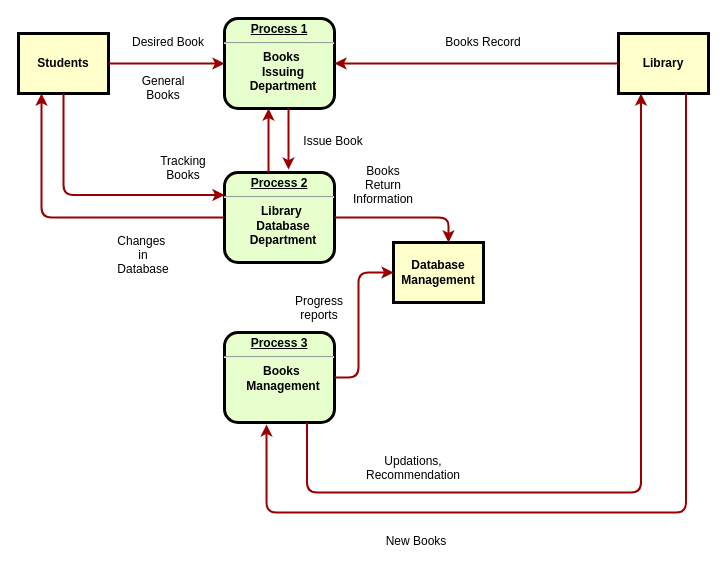
This is Library Management DFD.drawio from Master-Bhavesh/DFD-Diagram, a draw.io file, before an edit. Source tidied: cells renumbered, new cells numbered last; positions are measured from the earlier drawing's top-left corner, leaving out a move shared by most shapes. Both pictures are drawn from the tidied source at 100%, with x=0, y=0 at pixel (18, 18).
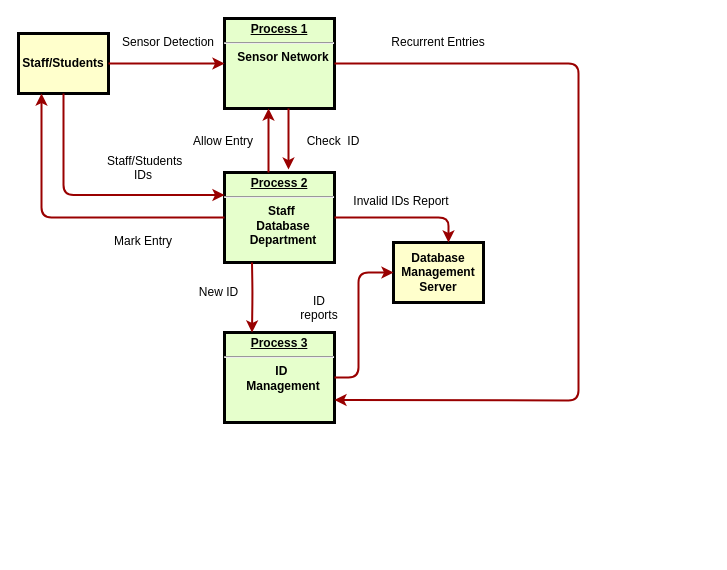
After the change.

Commit message:
Update Attendance Management DFD.drawio

What changed in the source:
```diff
@@
-    <mxCell id="2" value="&lt;p style=&quot;margin: 0px ; margin-top: 4px ; text-align: center ; text-decoration: underline&quot;&gt;&lt;strong&gt;Process 1&lt;br&gt;&lt;/strong&gt;&lt;/p&gt;&lt;hr&gt;&lt;p style=&quot;margin: 0px ; margin-left: 8px&quot;&gt;Books&amp;nbsp;&lt;/p&gt;&lt;p style=&quot;margin: 0px ; margin-left: 8px&quot;&gt;Issuing&lt;/p&gt;&lt;p style=&quot;margin: 0px ; margin-left: 8px&quot;&gt;Department&lt;/p&gt;" style="verticalAlign=middle;align=center;overflow=fill;fontSize=12;fontFamily=Helvetica;html=1;rounded=1;fontStyle=1;strokeWidth=3;fillColor=#E6FFCC;" parent="1" vertex="1">
+    <mxCell id="2" value="&lt;p style=&quot;margin: 0px ; margin-top: 4px ; text-align: center ; text-decoration: underline&quot;&gt;&lt;strong&gt;Process 1&lt;br&gt;&lt;/strong&gt;&lt;/p&gt;&lt;hr&gt;&lt;p style=&quot;margin: 0px ; margin-left: 8px&quot;&gt;Sensor Network&lt;/p&gt;" style="verticalAlign=middle;align=center;overflow=fill;fontSize=12;fontFamily=Helvetica;html=1;fontStyle=1;strokeWidth=3;fillColor=#E6FFCC;" parent="1" vertex="1">
       <mxGeometry x="206" width="110" height="90" as="geometry" />
     </mxCell>
-    <mxCell id="3" value="Library" style="whiteSpace=wrap;align=center;verticalAlign=middle;fontStyle=1;strokeWidth=3;fillColor=#FFFFCC;" parent="1" vertex="1">
-      <mxGeometry x="600" y="15" width="90" height="60" as="geometry" />
-    </mxCell>
-    <mxCell id="4" value="Students" style="whiteSpace=wrap;align=center;verticalAlign=middle;fontStyle=1;strokeWidth=3;fillColor=#FFFFCC;" parent="1" vertex="1">
+    <mxCell id="4" value="Staff/Students" style="whiteSpace=wrap;align=center;verticalAlign=middle;fontStyle=1;strokeWidth=3;fillColor=#FFFFCC;" parent="1" vertex="1">
       <mxGeometry y="15" width="90" height="60" as="geometry" />
     </mxCell>
-    <mxCell id="5" value="&lt;p style=&quot;margin: 0px ; margin-top: 4px ; text-align: center ; text-decoration: underline&quot;&gt;&lt;strong&gt;Process 2&lt;br&gt;&lt;/strong&gt;&lt;/p&gt;&lt;hr&gt;&lt;p style=&quot;margin: 0px ; margin-left: 8px&quot;&gt;Library&amp;nbsp;&lt;/p&gt;&lt;p style=&quot;margin: 0px ; margin-left: 8px&quot;&gt;Database&lt;/p&gt;&lt;p style=&quot;margin: 0px ; margin-left: 8px&quot;&gt;Department&lt;/p&gt;" style="verticalAlign=middle;align=center;overflow=fill;fontSize=12;fontFamily=Helvetica;html=1;rounded=1;fontStyle=1;strokeWidth=3;fillColor=#E6FFCC;" parent="1" vertex="1">
+    <mxCell id="5" value="&lt;p style=&quot;margin: 0px ; margin-top: 4px ; text-align: center ; text-decoration: underline&quot;&gt;&lt;strong&gt;Process 2&lt;br&gt;&lt;/strong&gt;&lt;/p&gt;&lt;hr&gt;&lt;p style=&quot;margin: 0px ; margin-left: 8px&quot;&gt;Staff&amp;nbsp;&lt;/p&gt;&lt;p style=&quot;margin: 0px ; margin-left: 8px&quot;&gt;Database&lt;/p&gt;&lt;p style=&quot;margin: 0px ; margin-left: 8px&quot;&gt;Department&lt;/p&gt;" style="verticalAlign=middle;align=center;overflow=fill;fontSize=12;fontFamily=Helvetica;html=1;fontStyle=1;strokeWidth=3;fillColor=#E6FFCC;" parent="1" vertex="1">
       <mxGeometry x="206" y="154" width="110" height="90" as="geometry" />
     </mxCell>
-    <mxCell id="6" value="&lt;p style=&quot;margin: 0px ; margin-top: 4px ; text-align: center ; text-decoration: underline&quot;&gt;&lt;strong&gt;&lt;strong&gt;Process&lt;/strong&gt; 3&lt;br&gt;&lt;/strong&gt;&lt;/p&gt;&lt;hr&gt;&lt;p style=&quot;margin: 0px ; margin-left: 8px&quot;&gt;Books&amp;nbsp;&lt;/p&gt;&lt;p style=&quot;margin: 0px ; margin-left: 8px&quot;&gt;Management&lt;/p&gt;" style="verticalAlign=middle;align=center;overflow=fill;fontSize=12;fontFamily=Helvetica;html=1;rounded=1;fontStyle=1;strokeWidth=3;fillColor=#E6FFCC;" parent="1" vertex="1">
+    <mxCell id="6" value="&lt;p style=&quot;margin: 0px ; margin-top: 4px ; text-align: center ; text-decoration: underline&quot;&gt;&lt;strong&gt;&lt;strong&gt;Process&lt;/strong&gt; 3&lt;br&gt;&lt;/strong&gt;&lt;/p&gt;&lt;hr&gt;&lt;p style=&quot;margin: 0px ; margin-left: 8px&quot;&gt;ID&amp;nbsp;&lt;/p&gt;&lt;p style=&quot;margin: 0px ; margin-left: 8px&quot;&gt;Management&lt;/p&gt;" style="verticalAlign=middle;align=center;overflow=fill;fontSize=12;fontFamily=Helvetica;html=1;fontStyle=1;strokeWidth=3;fillColor=#E6FFCC;" parent="1" vertex="1">
       <mxGeometry x="206" y="314" width="110" height="90" as="geometry" />
     </mxCell>
-    <mxCell id="7" value="Database&#10;Management" style="whiteSpace=wrap;align=center;verticalAlign=middle;fontStyle=1;strokeWidth=3;fillColor=#FFFFCC;" parent="1" vertex="1">
+    <mxCell id="7" value="Database&#10;Management&#10;Server" style="whiteSpace=wrap;align=center;verticalAlign=middle;fontStyle=1;strokeWidth=3;fillColor=#FFFFCC;" parent="1" vertex="1">
       <mxGeometry x="375" y="224" width="90" height="60" as="geometry" />
     </mxCell>
-    <mxCell id="8" style="edgeStyle=none;noEdgeStyle=1;strokeColor=#990000;strokeWidth=2;" parent="1" edge="1" source="3" target="2">
-      <mxGeometry relative="1" as="geometry" />
-    </mxCell>
@@
-    <mxCell id="10" value="Desired Book" style="text;spacingTop=-5;align=center;" parent="1" vertex="1">
+    <mxCell id="10" value="Sensor Detection" style="text;spacingTop=-5;align=center;" parent="1" vertex="1">
       <mxGeometry x="135" y="15" width="30" height="20" as="geometry" />
     </mxCell>
-    <mxCell id="11" value="Books Record" style="text;spacingTop=-5;align=center;" parent="1" vertex="1">
-      <mxGeometry x="450" y="15" width="30" height="20" as="geometry" />
-    </mxCell>
-    <mxCell id="12" value="General &#10;Books" style="text;spacingTop=-5;align=center;" parent="1" vertex="1">
-      <mxGeometry x="130" y="54" width="30" height="20" as="geometry" />
-    </mxCell>
@@
-    <mxCell id="15" value="Issue Book" style="text;spacingTop=-5;align=center;" parent="1" vertex="1">
+    <mxCell id="15" value="Check  ID" style="text;spacingTop=-5;align=center;" parent="1" vertex="1">
       <mxGeometry x="300" y="114" width="30" height="20" as="geometry" />
     </mxCell>
@@
-    <mxCell id="18" value="Tracking &#10;Books" style="text;spacingTop=-5;align=center;" parent="1" vertex="1">
-      <mxGeometry x="150" y="134" width="30" height="20" as="geometry" />
+    <mxCell id="18" value=" Staff/Students&#10;IDs" style="text;spacingTop=-5;align=center;" parent="1" vertex="1">
+      <mxGeometry x="110" y="134" width="30" height="20" as="geometry" />
     </mxCell>
-    <mxCell id="19" value="Changes &#10;in&#10;Database" style="text;spacingTop=-5;align=center;" parent="1" vertex="1">
+    <mxCell id="19" value="Mark Entry" style="text;spacingTop=-5;align=center;" parent="1" vertex="1">
       <mxGeometry x="110" y="214" width="30" height="20" as="geometry" />
     </mxCell>
-    <mxCell id="20" value="Books&#10;Return&#10;Information" style="text;spacingTop=-5;align=center;" parent="1" vertex="1">
-      <mxGeometry x="350" y="144" width="30" height="20" as="geometry" />
+    <mxCell id="20" value="Invalid IDs Report" style="text;spacingTop=-5;align=center;" parent="1" vertex="1">
+      <mxGeometry x="368" y="174" width="30" height="20" as="geometry" />
     </mxCell>
-    <mxCell id="21" value="Progress&#10;reports" style="text;spacingTop=-5;align=center;" parent="1" vertex="1">
+    <mxCell id="21" value="ID&#10;reports" style="text;spacingTop=-5;align=center;" parent="1" vertex="1">
       <mxGeometry x="286" y="274" width="30" height="20" as="geometry" />
     </mxCell>
@@
-    <mxCell id="24" style="edgeStyle=elbowEdgeStyle;elbow=vertical;strokeColor=#990000;strokeWidth=2;entryX=0.382;entryY=1.022;entryDx=0;entryDy=0;entryPerimeter=0;exitX=0.75;exitY=1;exitDx=0;exitDy=0;" parent="1" edge="1" source="3" target="6">
-      <mxGeometry relative="1" as="geometry">
-        <Array as="points">
-          <mxPoint x="390" y="494" />
-          <mxPoint x="570" y="544" />
-          <mxPoint x="550" y="544" />
-          <mxPoint x="530" y="484" />
-          <mxPoint x="610" y="193" />
-        </Array>
-      </mxGeometry>
-    </mxCell>
-    <mxCell id="25" style="edgeStyle=elbowEdgeStyle;elbow=vertical;strokeColor=#990000;strokeWidth=2;exitX=0.75;exitY=1;exitDx=0;exitDy=0;entryX=0.25;entryY=1;entryDx=0;entryDy=0;" parent="1" edge="1" source="6" target="3">
-      <mxGeometry relative="1" as="geometry">
-        <Array as="points">
-          <mxPoint x="380" y="474" />
-          <mxPoint x="550" y="424" />
-          <mxPoint x="400" y="574" />
-          <mxPoint x="520" y="554" />
-          <mxPoint x="540" y="444" />
-          <mxPoint x="620" y="234" />
-          <mxPoint x="630" y="180" />
-        </Array>
-      </mxGeometry>
-    </mxCell>
-    <mxCell id="26" value="New Books" style="text;spacingTop=-5;align=center;" parent="1" vertex="1">
-      <mxGeometry x="383" y="514" width="30" height="20" as="geometry" />
-    </mxCell>
-    <mxCell id="27" value="Updations,&#10;Recommendation" style="text;spacingTop=-5;align=center;" parent="1" vertex="1">
-      <mxGeometry x="380" y="434" width="30" height="20" as="geometry" />
-    </mxCell>
+    <mxCell id="28" value="Allow Entry" style="text;spacingTop=-5;align=center;" parent="1" vertex="1">
+      <mxGeometry x="190" y="114" width="30" height="20" as="geometry" />
+    </mxCell>
+    <mxCell id="29" style="endArrow=classic;html=1;strokeWidth=2;strokeColor=#990000;exitX=1;exitY=0.5;exitDx=0;exitDy=0;entryX=1;entryY=0.75;entryDx=0;entryDy=0;" parent="1" edge="1" source="2" target="6">
+      <mxGeometry relative="1" as="geometry">
+        <Array as="points">
+          <mxPoint x="560" y="45" />
+          <mxPoint x="560" y="382" />
+        </Array>
+      </mxGeometry>
+    </mxCell>
+    <mxCell id="30" value="Recurrent Entries" style="text;spacingTop=-5;align=center;" parent="1" vertex="1">
+      <mxGeometry x="405" y="15" width="30" height="20" as="geometry" />
+    </mxCell>
+    <mxCell id="31" style="endArrow=classic;html=1;strokeColor=#990000;strokeWidth=2;entryX=0.25;entryY=0;entryDx=0;entryDy=0;exitX=0.25;exitY=1;exitDx=0;exitDy=0;" parent="1" edge="1" source="5" target="6">
+      <mxGeometry relative="1" as="geometry">
+        <Array as="points">
+          <mxPoint x="234" y="274" />
+        </Array>
+      </mxGeometry>
+    </mxCell>
+    <mxCell id="32" value="New ID" style="text;html=1;align=center;verticalAlign=middle;" parent="1" vertex="1">
+      <mxGeometry x="175" y="264" width="50" height="20" as="geometry" />
+    </mxCell>
```
